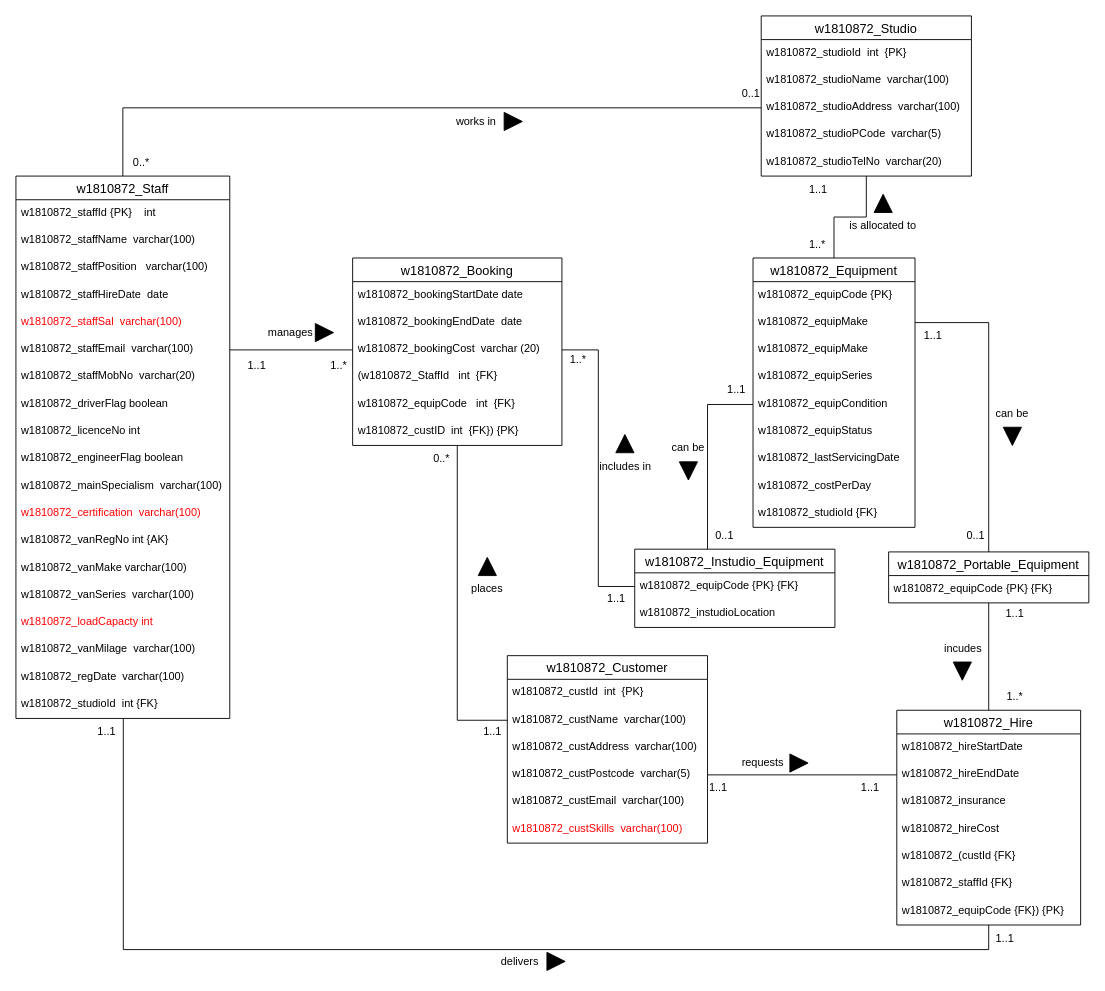
Before: Part B/Part_B.drawio in ChitharaKarunasekera/DatabaseSystemsCoursework, a draw.io diagram. Source tidied: cells renumbered, new cells numbered last; positions are measured from the earlier drawing's top-left corner, leaving out a move shared by most shapes. Both pictures are drawn from the tidied source at 91%, with x=0, y=0 at pixel (15, 15).
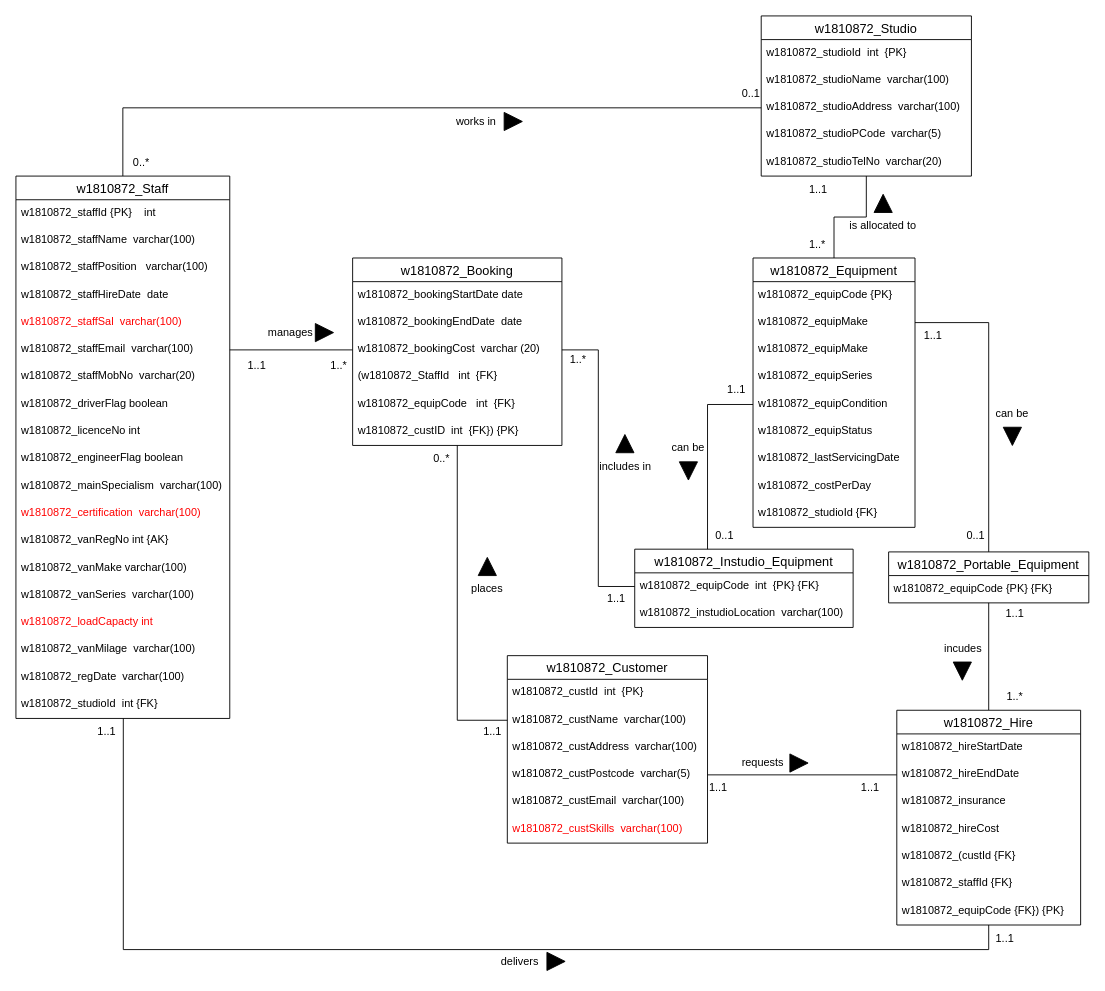
Above is the later version.

Diff of the diagram source:
```diff
@@
     <mxCell id="34" value="w1810872_Instudio_Equipment" style="swimlane;fontStyle=0;horizontal=1;startSize=26;align=center;fontSize=14;fontColor=#000000;" parent="1" vertex="1">
-      <mxGeometry x="680" y="586" width="220" height="86" as="geometry" />
+      <mxGeometry x="680" y="586" width="240" height="86" as="geometry" />
     </mxCell>
-    <mxCell id="35" value="w1810872_equipCode {PK} {FK}" style="text;strokeColor=none;fillColor=none;spacingLeft=4;spacingRight=4;overflow=hidden;points=[[0,0.5],[1,0.5]];portConstraint=eastwest;fontSize=12;fontColor=#000000;" parent="34" vertex="1">
-      <mxGeometry y="26" width="220" height="30" as="geometry" />
+    <mxCell id="35" value="w1810872_equipCode  int  {PK} {FK}" style="text;strokeColor=none;fillColor=none;spacingLeft=4;spacingRight=4;overflow=hidden;points=[[0,0.5],[1,0.5]];portConstraint=eastwest;fontSize=12;fontColor=#000000;" parent="34" vertex="1">
+      <mxGeometry y="26" width="240" height="30" as="geometry" />
     </mxCell>
-    <mxCell id="36" value="w1810872_instudioLocation" style="text;strokeColor=none;fillColor=none;spacingLeft=4;spacingRight=4;overflow=hidden;fontSize=12;fontColor=#000000;" parent="34" vertex="1">
-      <mxGeometry y="56" width="220" height="30" as="geometry" />
+    <mxCell id="36" value="w1810872_instudioLocation  varchar(100)" style="text;strokeColor=none;fillColor=none;spacingLeft=4;spacingRight=4;overflow=hidden;fontSize=12;fontColor=#000000;" parent="34" vertex="1">
+      <mxGeometry y="56" width="240" height="30" as="geometry" />
     </mxCell>
```
